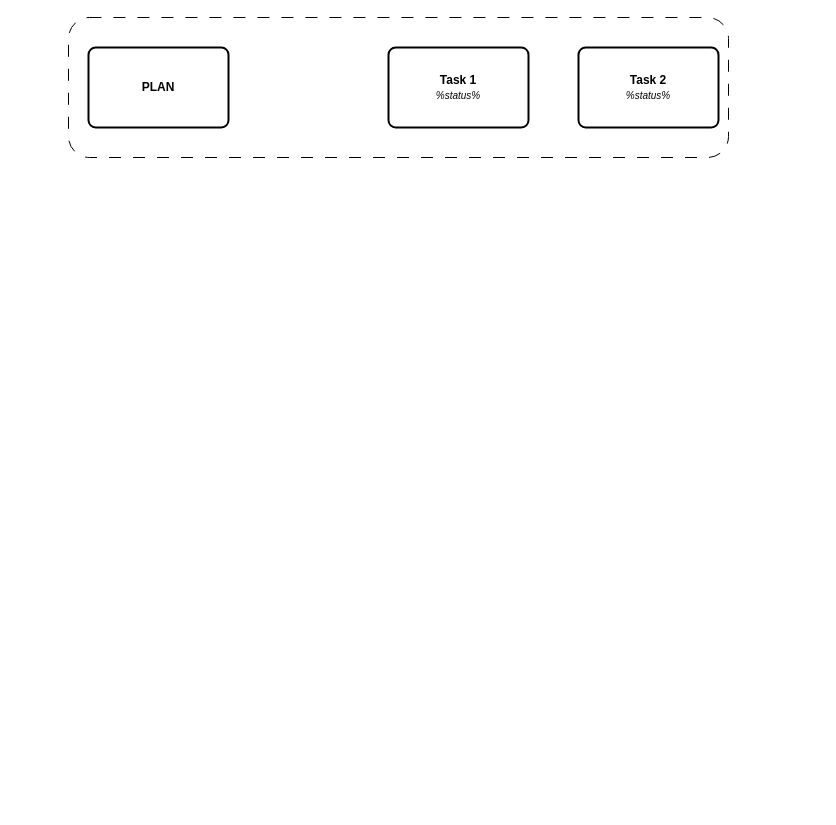
1110011110/mocto keeps this draw.io diagram as 结构.drawio. Above is the earlier version. Source tidied: cells renumbered, new cells numbered last; positions are measured from the earlier drawing's top-left corner, leaving out a move shared by most shapes. Both pictures are drawn from the tidied source at 100%, with x=0, y=0 at pixel (68, 17).
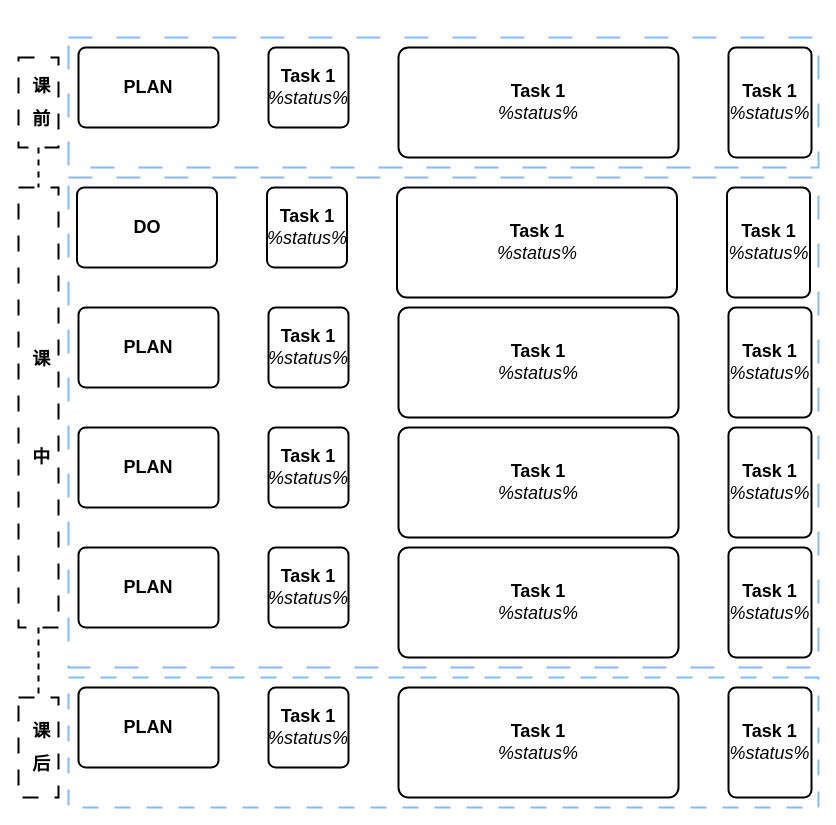
The same page after the edit.

What changed in the source:
```diff
@@
+    <mxCell id="6" style="rounded=0;whiteSpace=wrap;html=1;fillColor=none;dashed=1;dashPattern=12 12;strokeColor=#82BBF8;strokeWidth=2;fontSize=18;" parent="1" vertex="1">
+      <mxGeometry y="160" width="750" height="490" as="geometry" />
+    </mxCell>
-    <mxCell id="2" style="rounded=1;whiteSpace=wrap;html=1;fillColor=none;dashed=1;dashPattern=12 12;" parent="1" vertex="1">
-      <mxGeometry width="660" height="140" as="geometry" />
+    <mxCell id="2" style="rounded=0;whiteSpace=wrap;html=1;fillColor=none;dashed=1;dashPattern=12 12;strokeWidth=2;strokeColor=#82BBF8;fontSize=18;" parent="1" vertex="1">
+      <mxGeometry y="20" width="750" height="130" as="geometry" />
     </mxCell>
-    <mxCell id="3" value="Task 1&lt;br&gt;&lt;span style=&quot;font-weight: normal&quot;&gt;&lt;i&gt;&lt;font style=&quot;font-size: 10px&quot;&gt;%status%&lt;/font&gt;&lt;/i&gt;&lt;/span&gt;" style="whiteSpace=wrap;html=1;strokeWidth=2;fillColor=swimlane;fontStyle=1;spacingTop=0;rounded=1;arcSize=9;fontFamily=Permanent Marker;hachureGap=8;fillWeight=1;shadow=0;" parent="1" vertex="1">
-      <mxGeometry x="320" y="30" width="140" height="80" as="geometry" />
+    <mxCell id="3" value="Task 1&lt;br&gt;&lt;span style=&quot;font-weight: normal&quot;&gt;&lt;i&gt;&lt;font&gt;%status%&lt;/font&gt;&lt;/i&gt;&lt;/span&gt;" style="whiteSpace=wrap;html=1;strokeWidth=2;fillColor=swimlane;fontStyle=1;spacingTop=0;rounded=1;arcSize=9;fontFamily=Permanent Marker;hachureGap=8;fillWeight=1;shadow=0;fontSize=18;" parent="1" vertex="1">
+      <mxGeometry x="330" y="30" width="280" height="110" as="geometry" />
     </mxCell>
-    <mxCell id="4" value="Task 2&lt;br&gt;&lt;span style=&quot;font-weight: normal&quot;&gt;&lt;i&gt;&lt;font style=&quot;font-size: 10px&quot;&gt;%status%&lt;/font&gt;&lt;/i&gt;&lt;/span&gt;" style="whiteSpace=wrap;html=1;strokeWidth=2;fillColor=swimlane;fontStyle=1;spacingTop=0;rounded=1;arcSize=9;fontFamily=Permanent Marker;hachureGap=8;fillWeight=1;swimlaneLine=1;shadow=0;" parent="1" vertex="1">
-      <mxGeometry x="510" y="30" width="140" height="80" as="geometry" />
-    </mxCell>
-    <mxCell id="5" value="PLAN" style="whiteSpace=wrap;html=1;strokeWidth=2;fillColor=swimlane;fontStyle=1;spacingTop=0;rounded=1;arcSize=9;fontFamily=Permanent Marker;hachureGap=8;fillWeight=1;shadow=0;" parent="1" vertex="1">
-      <mxGeometry x="20" y="30" width="140" height="80" as="geometry" />
-    </mxCell>
+    <mxCell id="7" value="Task 1&lt;br&gt;&lt;span style=&quot;font-weight: normal&quot;&gt;&lt;i&gt;&lt;font&gt;%status%&lt;/font&gt;&lt;/i&gt;&lt;/span&gt;" style="whiteSpace=wrap;html=1;strokeWidth=2;fillColor=swimlane;fontStyle=1;spacingTop=0;rounded=1;arcSize=9;fontFamily=Permanent Marker;hachureGap=8;fillWeight=1;shadow=0;fontSize=18;" parent="1" vertex="1">
+      <mxGeometry x="200" y="30" width="80" height="80" as="geometry" />
+    </mxCell>
+    <mxCell id="8" value="&lt;font&gt;PLAN&lt;/font&gt;" style="whiteSpace=wrap;html=1;strokeWidth=2;fillColor=swimlane;fontStyle=1;spacingTop=0;rounded=1;arcSize=9;fontFamily=Permanent Marker;hachureGap=8;fillWeight=1;shadow=0;fontSize=18;" parent="1" vertex="1">
+      <mxGeometry x="10" y="30" width="140" height="80" as="geometry" />
+    </mxCell>
+    <mxCell id="9" value="Task 1&lt;br&gt;&lt;span style=&quot;font-weight: normal&quot;&gt;&lt;i&gt;&lt;font&gt;%status%&lt;/font&gt;&lt;/i&gt;&lt;/span&gt;" style="whiteSpace=wrap;html=1;strokeWidth=2;fillColor=swimlane;fontStyle=1;spacingTop=0;rounded=1;arcSize=9;fontFamily=Permanent Marker;hachureGap=8;fillWeight=1;shadow=0;fontSize=18;" parent="1" vertex="1">
+      <mxGeometry x="660" y="30" width="83" height="110" as="geometry" />
+    </mxCell>
+    <mxCell id="10" style="group;flipV=1;fontSize=18;" parent="1" vertex="1">
+      <mxGeometry x="8.5" y="170" width="733" height="110" as="geometry" />
+    </mxCell>
+    <mxCell id="11" value="Task 1&lt;br&gt;&lt;span style=&quot;font-weight: normal&quot;&gt;&lt;i&gt;&lt;font&gt;%status%&lt;/font&gt;&lt;/i&gt;&lt;/span&gt;" style="whiteSpace=wrap;html=1;strokeWidth=2;fillColor=swimlane;fontStyle=1;spacingTop=0;rounded=1;arcSize=9;fontFamily=Permanent Marker;hachureGap=8;fillWeight=1;shadow=0;fontSize=18;" parent="10" vertex="1">
+      <mxGeometry x="320" width="280" height="110" as="geometry" />
+    </mxCell>
+    <mxCell id="12" value="Task 1&lt;br&gt;&lt;span style=&quot;font-weight: normal&quot;&gt;&lt;i&gt;&lt;font&gt;%status%&lt;/font&gt;&lt;/i&gt;&lt;/span&gt;" style="whiteSpace=wrap;html=1;strokeWidth=2;fillColor=swimlane;fontStyle=1;spacingTop=0;rounded=1;arcSize=9;fontFamily=Permanent Marker;hachureGap=8;fillWeight=1;shadow=0;fontSize=18;" parent="10" vertex="1">
+      <mxGeometry x="190" width="80" height="80" as="geometry" />
+    </mxCell>
+    <mxCell id="13" value="DO" style="whiteSpace=wrap;html=1;strokeWidth=2;fillColor=swimlane;fontStyle=1;spacingTop=0;rounded=1;arcSize=9;fontFamily=Permanent Marker;hachureGap=8;fillWeight=1;shadow=0;fontSize=18;" parent="10" vertex="1">
+      <mxGeometry width="140" height="80" as="geometry" />
+    </mxCell>
+    <mxCell id="14" value="Task 1&lt;br&gt;&lt;span style=&quot;font-weight: normal&quot;&gt;&lt;i&gt;&lt;font&gt;%status%&lt;/font&gt;&lt;/i&gt;&lt;/span&gt;" style="whiteSpace=wrap;html=1;strokeWidth=2;fillColor=swimlane;fontStyle=1;spacingTop=0;rounded=1;arcSize=9;fontFamily=Permanent Marker;hachureGap=8;fillWeight=1;shadow=0;fontSize=18;" parent="10" vertex="1">
+      <mxGeometry x="650" width="83" height="110" as="geometry" />
+    </mxCell>
+    <mxCell id="15" style="group;flipV=1;fontSize=18;" parent="1" vertex="1">
+      <mxGeometry x="10" y="410" width="733" height="110" as="geometry" />
+    </mxCell>
+    <mxCell id="16" value="Task 1&lt;br&gt;&lt;span style=&quot;font-weight: normal&quot;&gt;&lt;i&gt;&lt;font&gt;%status%&lt;/font&gt;&lt;/i&gt;&lt;/span&gt;" style="whiteSpace=wrap;html=1;strokeWidth=2;fillColor=swimlane;fontStyle=1;spacingTop=0;rounded=1;arcSize=9;fontFamily=Permanent Marker;hachureGap=8;fillWeight=1;shadow=0;fontSize=18;" parent="15" vertex="1">
+      <mxGeometry x="320" width="280" height="110" as="geometry" />
+    </mxCell>
+    <mxCell id="17" value="Task 1&lt;br&gt;&lt;span style=&quot;font-weight: normal&quot;&gt;&lt;i&gt;&lt;font&gt;%status%&lt;/font&gt;&lt;/i&gt;&lt;/span&gt;" style="whiteSpace=wrap;html=1;strokeWidth=2;fillColor=swimlane;fontStyle=1;spacingTop=0;rounded=1;arcSize=9;fontFamily=Permanent Marker;hachureGap=8;fillWeight=1;shadow=0;fontSize=18;" parent="15" vertex="1">
+      <mxGeometry x="190" width="80" height="80" as="geometry" />
+    </mxCell>
+    <mxCell id="18" value="PLAN" style="whiteSpace=wrap;html=1;strokeWidth=2;fillColor=swimlane;fontStyle=1;spacingTop=0;rounded=1;arcSize=9;fontFamily=Permanent Marker;hachureGap=8;fillWeight=1;shadow=0;fontSize=18;" parent="15" vertex="1">
+      <mxGeometry width="140" height="80" as="geometry" />
+    </mxCell>
+    <mxCell id="19" value="Task 1&lt;br&gt;&lt;span style=&quot;font-weight: normal&quot;&gt;&lt;i&gt;&lt;font&gt;%status%&lt;/font&gt;&lt;/i&gt;&lt;/span&gt;" style="whiteSpace=wrap;html=1;strokeWidth=2;fillColor=swimlane;fontStyle=1;spacingTop=0;rounded=1;arcSize=9;fontFamily=Permanent Marker;hachureGap=8;fillWeight=1;shadow=0;fontSize=18;" parent="15" vertex="1">
+      <mxGeometry x="650" width="83" height="110" as="geometry" />
+    </mxCell>
+    <mxCell id="20" style="group;flipV=1;fontSize=18;" parent="1" vertex="1">
+      <mxGeometry x="10" y="530" width="733" height="110" as="geometry" />
+    </mxCell>
+    <mxCell id="21" value="Task 1&lt;br&gt;&lt;span style=&quot;font-weight: normal&quot;&gt;&lt;i&gt;&lt;font&gt;%status%&lt;/font&gt;&lt;/i&gt;&lt;/span&gt;" style="whiteSpace=wrap;html=1;strokeWidth=2;fillColor=swimlane;fontStyle=1;spacingTop=0;rounded=1;arcSize=9;fontFamily=Permanent Marker;hachureGap=8;fillWeight=1;shadow=0;fontSize=18;" parent="20" vertex="1">
+      <mxGeometry x="320" width="280" height="110" as="geometry" />
+    </mxCell>
+    <mxCell id="22" value="Task 1&lt;br&gt;&lt;span style=&quot;font-weight: normal&quot;&gt;&lt;i&gt;&lt;font&gt;%status%&lt;/font&gt;&lt;/i&gt;&lt;/span&gt;" style="whiteSpace=wrap;html=1;strokeWidth=2;fillColor=swimlane;fontStyle=1;spacingTop=0;rounded=1;arcSize=9;fontFamily=Permanent Marker;hachureGap=8;fillWeight=1;shadow=0;fontSize=18;" parent="20" vertex="1">
+      <mxGeometry x="190" width="80" height="80" as="geometry" />
+    </mxCell>
+    <mxCell id="23" value="PLAN" style="whiteSpace=wrap;html=1;strokeWidth=2;fillColor=swimlane;fontStyle=1;spacingTop=0;rounded=1;arcSize=9;fontFamily=Permanent Marker;hachureGap=8;fillWeight=1;shadow=0;fontSize=18;" parent="20" vertex="1">
+      <mxGeometry width="140" height="80" as="geometry" />
+    </mxCell>
+    <mxCell id="24" value="Task 1&lt;br&gt;&lt;span style=&quot;font-weight: normal&quot;&gt;&lt;i&gt;&lt;font&gt;%status%&lt;/font&gt;&lt;/i&gt;&lt;/span&gt;" style="whiteSpace=wrap;html=1;strokeWidth=2;fillColor=swimlane;fontStyle=1;spacingTop=0;rounded=1;arcSize=9;fontFamily=Permanent Marker;hachureGap=8;fillWeight=1;shadow=0;fontSize=18;" parent="20" vertex="1">
+      <mxGeometry x="650" width="83" height="110" as="geometry" />
+    </mxCell>
+    <mxCell id="25" style="group;flipV=1;fontSize=18;" parent="1" vertex="1">
+      <mxGeometry x="10" y="290" width="733" height="110" as="geometry" />
+    </mxCell>
+    <mxCell id="26" value="Task 1&lt;br&gt;&lt;span style=&quot;font-weight: normal&quot;&gt;&lt;i&gt;&lt;font&gt;%status%&lt;/font&gt;&lt;/i&gt;&lt;/span&gt;" style="whiteSpace=wrap;html=1;strokeWidth=2;fillColor=swimlane;fontStyle=1;spacingTop=0;rounded=1;arcSize=9;fontFamily=Permanent Marker;hachureGap=8;fillWeight=1;shadow=0;fontSize=18;" parent="25" vertex="1">
+      <mxGeometry x="320" width="280" height="110" as="geometry" />
+    </mxCell>
+    <mxCell id="27" value="Task 1&lt;br&gt;&lt;span style=&quot;font-weight: normal&quot;&gt;&lt;i&gt;&lt;font&gt;%status%&lt;/font&gt;&lt;/i&gt;&lt;/span&gt;" style="whiteSpace=wrap;html=1;strokeWidth=2;fillColor=swimlane;fontStyle=1;spacingTop=0;rounded=1;arcSize=9;fontFamily=Permanent Marker;hachureGap=8;fillWeight=1;shadow=0;fontSize=18;" parent="25" vertex="1">
+      <mxGeometry x="190" width="80" height="80" as="geometry" />
+    </mxCell>
+    <mxCell id="28" value="PLAN" style="whiteSpace=wrap;html=1;strokeWidth=2;fillColor=swimlane;fontStyle=1;spacingTop=0;rounded=1;arcSize=9;fontFamily=Permanent Marker;hachureGap=8;fillWeight=1;shadow=0;fontSize=18;" parent="25" vertex="1">
+      <mxGeometry width="140" height="80" as="geometry" />
+    </mxCell>
+    <mxCell id="29" value="Task 1&lt;br&gt;&lt;span style=&quot;font-weight: normal&quot;&gt;&lt;i&gt;&lt;font&gt;%status%&lt;/font&gt;&lt;/i&gt;&lt;/span&gt;" style="whiteSpace=wrap;html=1;strokeWidth=2;fillColor=swimlane;fontStyle=1;spacingTop=0;rounded=1;arcSize=9;fontFamily=Permanent Marker;hachureGap=8;fillWeight=1;shadow=0;fontSize=18;" parent="25" vertex="1">
+      <mxGeometry x="650" width="83" height="110" as="geometry" />
+    </mxCell>
+    <mxCell id="30" style="rounded=0;whiteSpace=wrap;html=1;fillColor=none;dashed=1;dashPattern=8 8;strokeWidth=2;shadow=0;glass=0;strokeColor=light-dark(#82bbf8, #ededed);fontSize=18;" parent="1" vertex="1">
+      <mxGeometry y="660" width="750" height="130" as="geometry" />
+    </mxCell>
+    <mxCell id="31" value="Task 1&lt;br&gt;&lt;span style=&quot;font-weight: normal&quot;&gt;&lt;i&gt;&lt;font&gt;%status%&lt;/font&gt;&lt;/i&gt;&lt;/span&gt;" style="whiteSpace=wrap;html=1;strokeWidth=2;fillColor=swimlane;fontStyle=1;spacingTop=0;rounded=1;arcSize=9;fontFamily=Permanent Marker;hachureGap=8;fillWeight=1;shadow=0;fontSize=18;" parent="1" vertex="1">
+      <mxGeometry x="330" y="670" width="280" height="110" as="geometry" />
+    </mxCell>
+    <mxCell id="32" value="Task 1&lt;br&gt;&lt;span style=&quot;font-weight: normal&quot;&gt;&lt;i&gt;&lt;font&gt;%status%&lt;/font&gt;&lt;/i&gt;&lt;/span&gt;" style="whiteSpace=wrap;html=1;strokeWidth=2;fillColor=swimlane;fontStyle=1;spacingTop=0;rounded=1;arcSize=9;fontFamily=Permanent Marker;hachureGap=8;fillWeight=1;shadow=0;fontSize=18;" parent="1" vertex="1">
+      <mxGeometry x="200" y="670" width="80" height="80" as="geometry" />
+    </mxCell>
+    <mxCell id="33" value="PLAN" style="whiteSpace=wrap;html=1;strokeWidth=2;fillColor=swimlane;fontStyle=1;spacingTop=0;rounded=1;arcSize=9;fontFamily=Permanent Marker;hachureGap=8;fillWeight=1;shadow=0;fontSize=18;" parent="1" vertex="1">
+      <mxGeometry x="10" y="670" width="140" height="80" as="geometry" />
+    </mxCell>
+    <mxCell id="34" value="Task 1&lt;br&gt;&lt;span style=&quot;font-weight: normal&quot;&gt;&lt;i&gt;&lt;font&gt;%status%&lt;/font&gt;&lt;/i&gt;&lt;/span&gt;" style="whiteSpace=wrap;html=1;strokeWidth=2;fillColor=swimlane;fontStyle=1;spacingTop=0;rounded=1;arcSize=9;fontFamily=Permanent Marker;hachureGap=8;fillWeight=1;shadow=0;fontSize=18;" parent="1" vertex="1">
+      <mxGeometry x="660" y="670" width="83" height="110" as="geometry" />
+    </mxCell>
+    <mxCell id="35" style="rounded=0;jettySize=auto;html=1;exitX=0.5;exitY=1;exitDx=0;exitDy=0;entryX=0.5;entryY=0;entryDx=0;entryDy=0;dashed=1;endArrow=none;startFill=0;strokeWidth=2;" parent="1" edge="1" source="36" target="38">
+      <mxGeometry relative="1" as="geometry" />
+    </mxCell>
+    <mxCell id="36" value="课&amp;nbsp; &amp;nbsp;前" style="text;html=1;align=center;verticalAlign=middle;whiteSpace=wrap;rounded=0;textDirection=vertical-rl;fontSize=18;fontStyle=1;labelBackgroundColor=none;labelBorderColor=none;strokeColor=default;dashed=1;strokeWidth=2;dashPattern=8 8;" parent="1" vertex="1">
+      <mxGeometry x="-50" y="40" width="40" height="90" as="geometry" />
+    </mxCell>
+    <mxCell id="37" style="rounded=0;jettySize=auto;html=1;exitX=0.5;exitY=1;exitDx=0;exitDy=0;entryX=0.5;entryY=0;entryDx=0;entryDy=0;endArrow=none;startFill=0;strokeWidth=2;dashed=1;" parent="1" edge="1" source="38" target="39">
+      <mxGeometry relative="1" as="geometry" />
+    </mxCell>
+    <mxCell id="38" value="课&amp;nbsp; &amp;nbsp; &amp;nbsp; &amp;nbsp; &amp;nbsp; &amp;nbsp; &amp;nbsp; &amp;nbsp; 中" style="text;html=1;align=center;verticalAlign=middle;whiteSpace=wrap;rounded=0;textDirection=vertical-rl;fontSize=18;fontStyle=1;labelBackgroundColor=none;labelBorderColor=none;strokeColor=default;dashed=1;dashPattern=8 8;strokeWidth=2;" parent="1" vertex="1">
+      <mxGeometry x="-50" y="170" width="40" height="440" as="geometry" />
+    </mxCell>
+    <mxCell id="39" value="课&amp;nbsp; &amp;nbsp;后" style="text;html=1;align=center;verticalAlign=middle;whiteSpace=wrap;rounded=0;textDirection=vertical-rl;fontSize=18;fontStyle=1;labelBackgroundColor=none;labelBorderColor=none;strokeColor=default;dashed=1;dashPattern=8 8;strokeWidth=2;" parent="1" vertex="1">
+      <mxGeometry x="-50" y="680" width="40" height="100" as="geometry" />
+    </mxCell>
```
